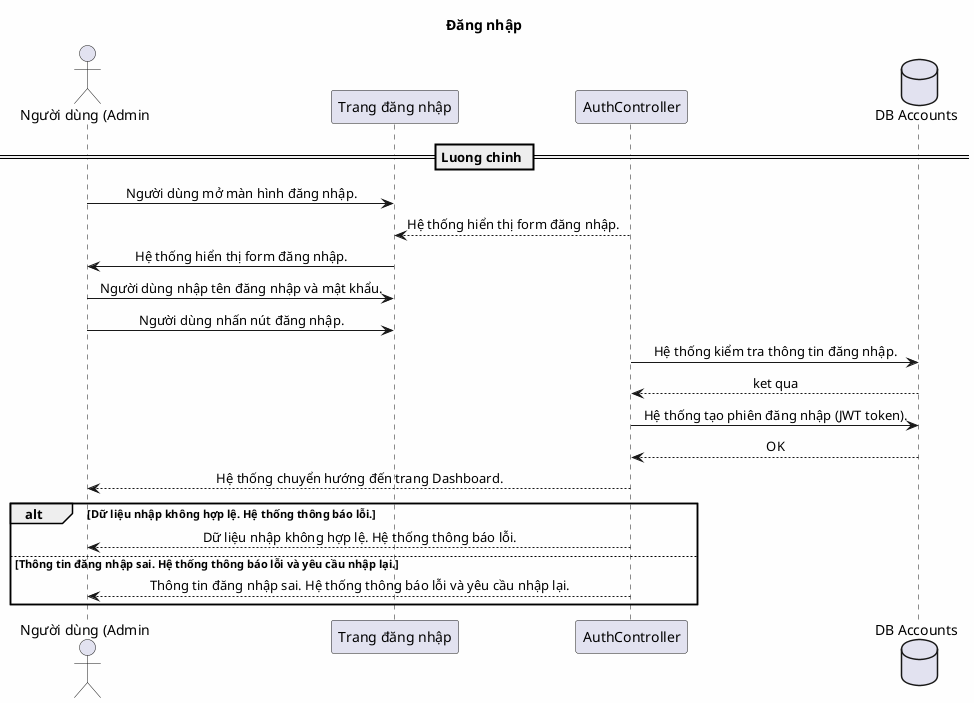
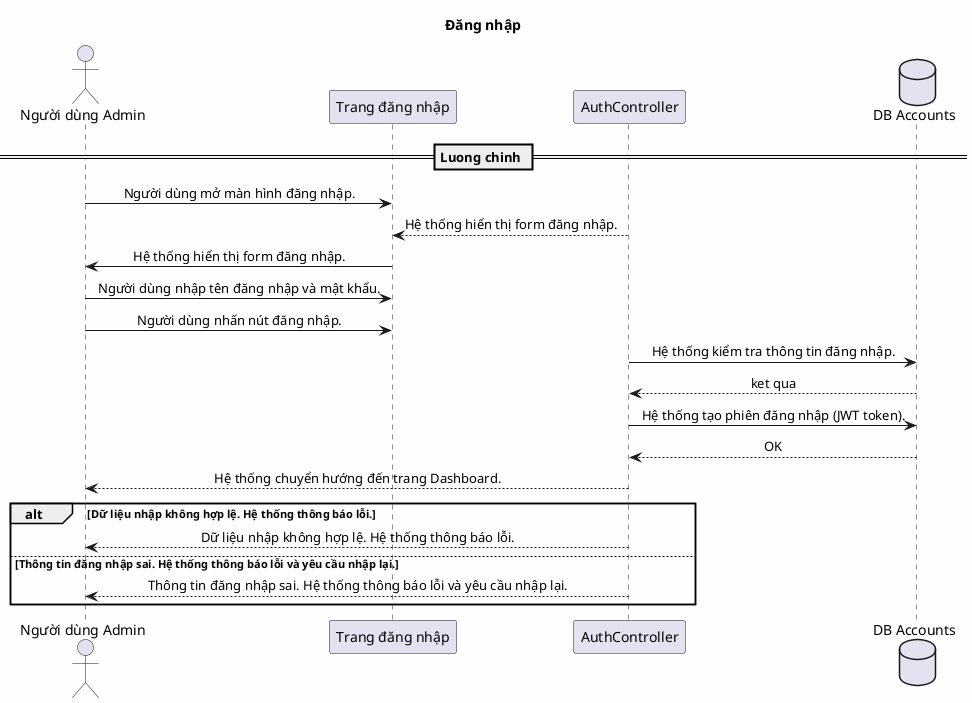
@startuml
skinparam defaultTextAlignment center
skinparam backgroundColor #FEFEFE

title Đăng nhập

- actor "Người dùng (Admin" as user
+ actor "Người dùng Admin" as user
participant "Trang đăng nhập" as page
participant "AuthController" as ctrl
database "DB Accounts" as db

== Luong chinh ==
user -> page : Người dùng mở màn hình đăng nhập.
ctrl --> page : Hệ thống hiển thị form đăng nhập.
page -> user : Hệ thống hiển thị form đăng nhập.
user -> page : Người dùng nhập tên đăng nhập và mật khẩu.
user -> page : Người dùng nhấn nút đăng nhập.
ctrl -> db : Hệ thống kiểm tra thông tin đăng nhập.
db --> ctrl : ket qua
ctrl -> db : Hệ thống tạo phiên đăng nhập (JWT token).
db --> ctrl : OK
ctrl --> user : Hệ thống chuyển hướng đến trang Dashboard.

alt Dữ liệu nhập không hợp lệ. Hệ thống thông báo lỗi.
    ctrl --> user : Dữ liệu nhập không hợp lệ. Hệ thống thông báo lỗi.
else Thông tin đăng nhập sai. Hệ thống thông báo lỗi và yêu cầu nhập lại.
    ctrl --> user : Thông tin đăng nhập sai. Hệ thống thông báo lỗi và yêu cầu nhập lại.
end

@enduml